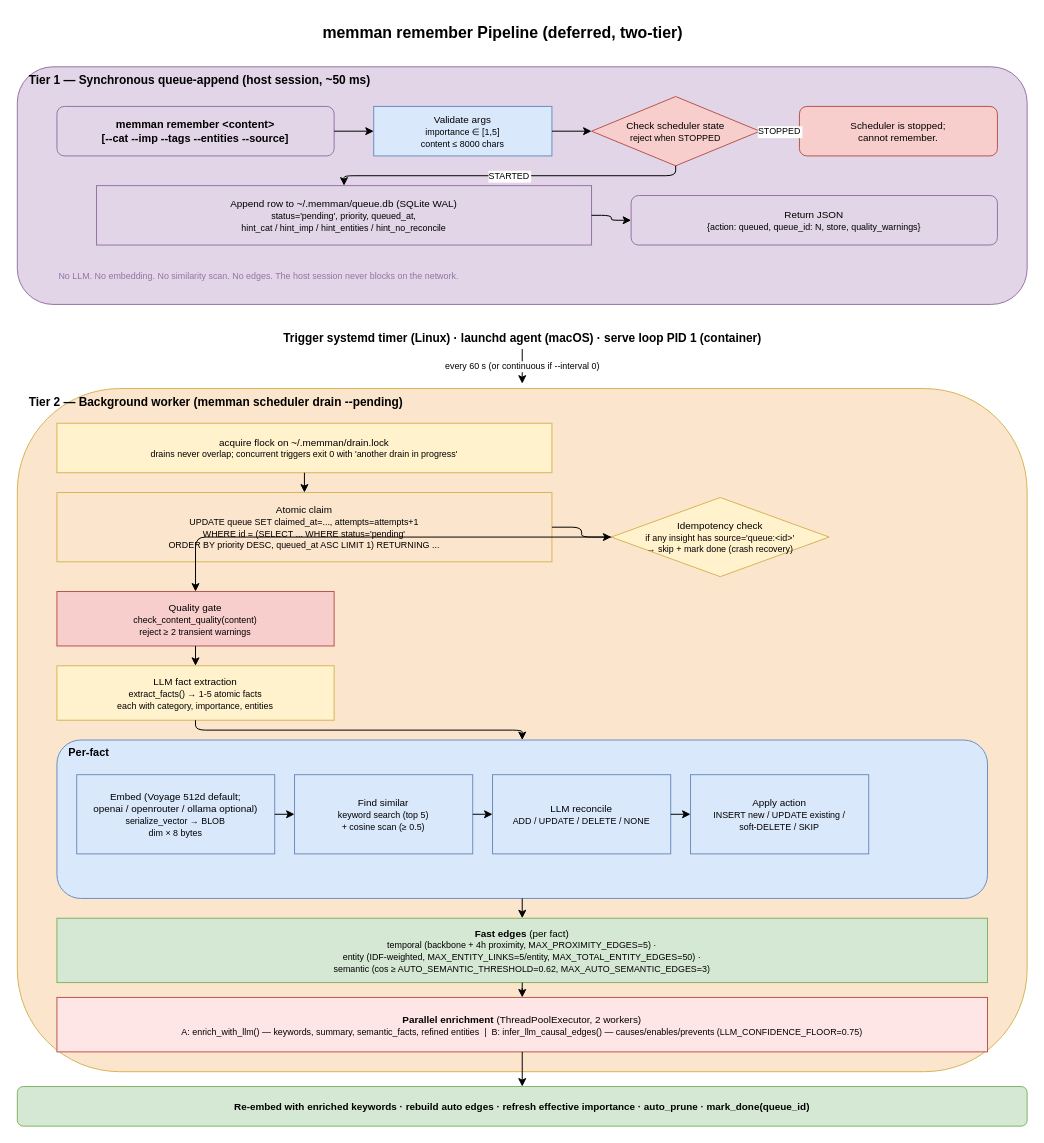
Earlier version of the draw.io diagram docs/diagrams/02-remember-pipeline.drawio (bissli/memman). Source tidied: cells renumbered, new cells numbered last; positions are measured from the earlier drawing's top-left corner, leaving out a move shared by most shapes. Both pictures are drawn from the tidied source at 99%, with x=0, y=0 at pixel (17, 17).
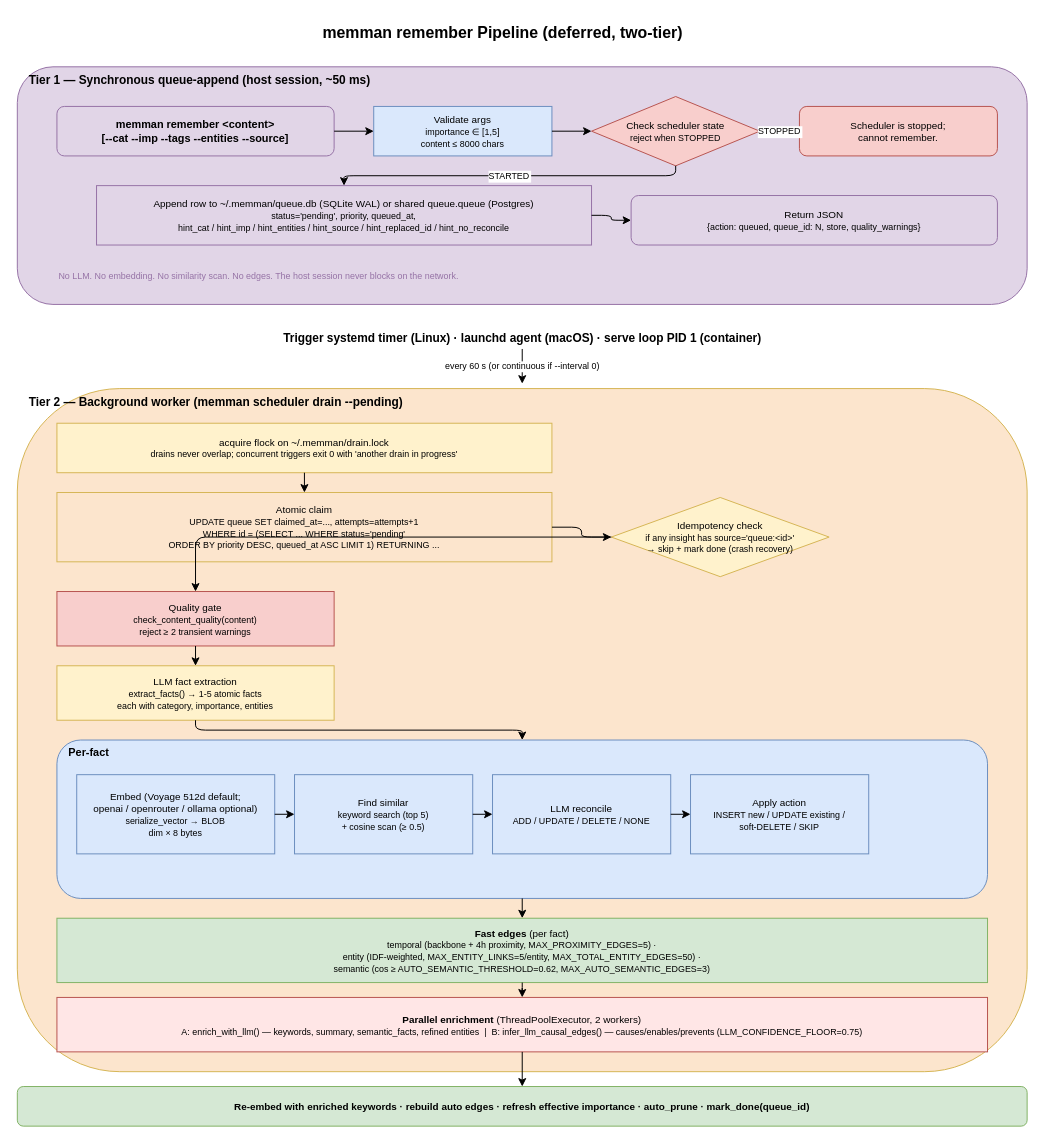
The same diagram, later.

The edit, as a diff of the source:
```diff
@@
-    <mxCell id="8" value="Append row to ~/.memman/queue.db (SQLite WAL)&lt;br&gt;&lt;font style=&quot;font-size:9px&quot;&gt;status='pending', priority, queued_at,&lt;br&gt;hint_cat / hint_imp / hint_entities / hint_no_reconcile&lt;/font&gt;" style="rounded=0;whiteSpace=wrap;html=1;fillColor=#e1d5e7;strokeColor=#9673a6;fontSize=10;" parent="1" vertex="1">
+    <mxCell id="8" value="Append row to ~/.memman/queue.db (SQLite WAL) or shared queue.queue (Postgres)&lt;br&gt;&lt;font style=&quot;font-size:9px&quot;&gt;status='pending', priority, queued_at,&lt;br&gt;hint_cat / hint_imp / hint_entities / hint_source / hint_replaced_id / hint_no_reconcile&lt;/font&gt;" style="rounded=0;whiteSpace=wrap;html=1;fillColor=#e1d5e7;strokeColor=#9673a6;fontSize=10;" parent="1" vertex="1">
       <mxGeometry x="80" y="170" width="500" height="60" as="geometry" />
     </mxCell>
```
